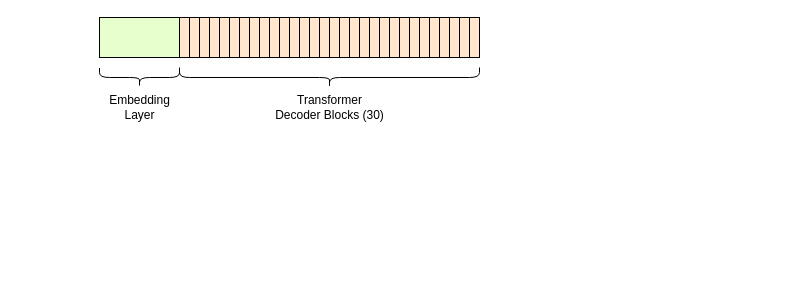
Above: page "body" (2 of 4) of books/toyllm/draw/ch02.drawio in zxh0/ann-book (draw.io), before the change. Source tidied: cells renumbered, new cells numbered last; positions are measured from the earlier drawing's top-left corner, leaving out a move shared by most shapes. Both pictures are drawn from the tidied source at 100%, with x=0, y=0 at pixel (99, -73).
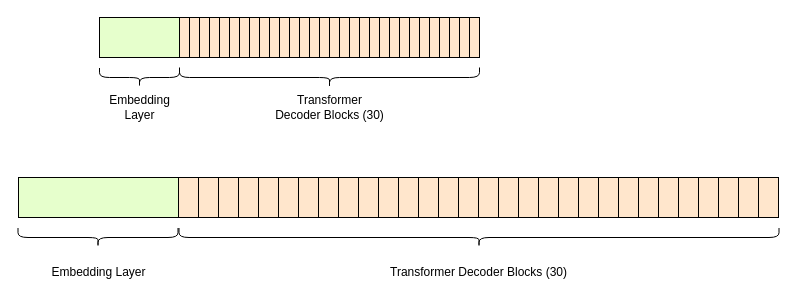
Above is the later version.

The edit, as a diff of the source:
```diff
@@
+    <mxCell id="37" style="rounded=0;whiteSpace=wrap;html=1;fillColor=#E6FFCC;" parent="1" vertex="1">
+      <mxGeometry x="-81" y="250" width="160" height="40" as="geometry" />
+    </mxCell>
+    <mxCell id="38" style="rounded=0;whiteSpace=wrap;html=1;fillColor=#FFE6CC;" parent="1" vertex="1">
+      <mxGeometry x="79" y="250" width="20" height="40" as="geometry" />
+    </mxCell>
+    <mxCell id="39" style="rounded=0;whiteSpace=wrap;html=1;fillColor=#FFE6CC;" parent="1" vertex="1">
+      <mxGeometry x="99" y="250" width="20" height="40" as="geometry" />
+    </mxCell>
+    <mxCell id="40" style="rounded=0;whiteSpace=wrap;html=1;fillColor=#FFE6CC;" parent="1" vertex="1">
+      <mxGeometry x="119" y="250" width="20" height="40" as="geometry" />
+    </mxCell>
+    <mxCell id="41" style="rounded=0;whiteSpace=wrap;html=1;fillColor=#FFE6CC;" parent="1" vertex="1">
+      <mxGeometry x="139" y="250" width="20" height="40" as="geometry" />
+    </mxCell>
+    <mxCell id="42" style="rounded=0;whiteSpace=wrap;html=1;fillColor=#FFE6CC;" parent="1" vertex="1">
+      <mxGeometry x="159" y="250" width="20" height="40" as="geometry" />
+    </mxCell>
+    <mxCell id="43" style="rounded=0;whiteSpace=wrap;html=1;fillColor=#FFE6CC;" parent="1" vertex="1">
+      <mxGeometry x="179" y="250" width="20" height="40" as="geometry" />
+    </mxCell>
+    <mxCell id="44" style="rounded=0;whiteSpace=wrap;html=1;fillColor=#FFE6CC;" parent="1" vertex="1">
+      <mxGeometry x="199" y="250" width="20" height="40" as="geometry" />
+    </mxCell>
+    <mxCell id="45" style="rounded=0;whiteSpace=wrap;html=1;fillColor=#FFE6CC;" parent="1" vertex="1">
+      <mxGeometry x="219" y="250" width="20" height="40" as="geometry" />
+    </mxCell>
+    <mxCell id="46" style="rounded=0;whiteSpace=wrap;html=1;fillColor=#FFE6CC;" parent="1" vertex="1">
+      <mxGeometry x="239" y="250" width="20" height="40" as="geometry" />
+    </mxCell>
+    <mxCell id="47" style="rounded=0;whiteSpace=wrap;html=1;fillColor=#FFE6CC;" parent="1" vertex="1">
+      <mxGeometry x="259" y="250" width="20" height="40" as="geometry" />
+    </mxCell>
+    <mxCell id="48" style="rounded=0;whiteSpace=wrap;html=1;fillColor=#FFE6CC;" parent="1" vertex="1">
+      <mxGeometry x="279" y="250" width="20" height="40" as="geometry" />
+    </mxCell>
+    <mxCell id="49" style="rounded=0;whiteSpace=wrap;html=1;fillColor=#FFE6CC;" parent="1" vertex="1">
+      <mxGeometry x="299" y="250" width="20" height="40" as="geometry" />
+    </mxCell>
+    <mxCell id="50" style="rounded=0;whiteSpace=wrap;html=1;fillColor=#FFE6CC;" parent="1" vertex="1">
+      <mxGeometry x="319" y="250" width="20" height="40" as="geometry" />
+    </mxCell>
+    <mxCell id="51" style="rounded=0;whiteSpace=wrap;html=1;fillColor=#FFE6CC;" parent="1" vertex="1">
+      <mxGeometry x="339" y="250" width="20" height="40" as="geometry" />
+    </mxCell>
+    <mxCell id="52" style="rounded=0;whiteSpace=wrap;html=1;fillColor=#FFE6CC;" parent="1" vertex="1">
+      <mxGeometry x="359" y="250" width="20" height="40" as="geometry" />
+    </mxCell>
+    <mxCell id="53" style="rounded=0;whiteSpace=wrap;html=1;fillColor=#FFE6CC;" parent="1" vertex="1">
+      <mxGeometry x="379" y="250" width="20" height="40" as="geometry" />
+    </mxCell>
+    <mxCell id="54" style="rounded=0;whiteSpace=wrap;html=1;fillColor=#FFE6CC;" parent="1" vertex="1">
+      <mxGeometry x="399" y="250" width="20" height="40" as="geometry" />
+    </mxCell>
+    <mxCell id="55" style="rounded=0;whiteSpace=wrap;html=1;fillColor=#FFE6CC;" parent="1" vertex="1">
+      <mxGeometry x="419" y="250" width="20" height="40" as="geometry" />
+    </mxCell>
+    <mxCell id="56" style="rounded=0;whiteSpace=wrap;html=1;fillColor=#FFE6CC;" parent="1" vertex="1">
+      <mxGeometry x="439" y="250" width="20" height="40" as="geometry" />
+    </mxCell>
+    <mxCell id="57" style="rounded=0;whiteSpace=wrap;html=1;fillColor=#FFE6CC;" parent="1" vertex="1">
+      <mxGeometry x="459" y="250" width="20" height="40" as="geometry" />
+    </mxCell>
+    <mxCell id="58" style="rounded=0;whiteSpace=wrap;html=1;fillColor=#FFE6CC;" parent="1" vertex="1">
+      <mxGeometry x="479" y="250" width="20" height="40" as="geometry" />
+    </mxCell>
+    <mxCell id="59" style="rounded=0;whiteSpace=wrap;html=1;fillColor=#FFE6CC;" parent="1" vertex="1">
+      <mxGeometry x="499" y="250" width="20" height="40" as="geometry" />
+    </mxCell>
+    <mxCell id="60" style="rounded=0;whiteSpace=wrap;html=1;fillColor=#FFE6CC;" parent="1" vertex="1">
+      <mxGeometry x="519" y="250" width="20" height="40" as="geometry" />
+    </mxCell>
+    <mxCell id="61" style="rounded=0;whiteSpace=wrap;html=1;fillColor=#FFE6CC;" parent="1" vertex="1">
+      <mxGeometry x="539" y="250" width="20" height="40" as="geometry" />
+    </mxCell>
+    <mxCell id="62" style="rounded=0;whiteSpace=wrap;html=1;fillColor=#FFE6CC;" parent="1" vertex="1">
+      <mxGeometry x="559" y="250" width="20" height="40" as="geometry" />
+    </mxCell>
+    <mxCell id="63" style="rounded=0;whiteSpace=wrap;html=1;fillColor=#FFE6CC;" parent="1" vertex="1">
+      <mxGeometry x="579" y="250" width="20" height="40" as="geometry" />
+    </mxCell>
+    <mxCell id="64" style="rounded=0;whiteSpace=wrap;html=1;fillColor=#FFE6CC;" parent="1" vertex="1">
+      <mxGeometry x="599" y="250" width="20" height="40" as="geometry" />
+    </mxCell>
+    <mxCell id="65" style="rounded=0;whiteSpace=wrap;html=1;fillColor=#FFE6CC;" parent="1" vertex="1">
+      <mxGeometry x="619" y="250" width="20" height="40" as="geometry" />
+    </mxCell>
+    <mxCell id="66" style="rounded=0;whiteSpace=wrap;html=1;fillColor=#FFE6CC;" parent="1" vertex="1">
+      <mxGeometry x="639" y="250" width="20" height="40" as="geometry" />
+    </mxCell>
+    <mxCell id="67" style="rounded=0;whiteSpace=wrap;html=1;fillColor=#FFE6CC;" parent="1" vertex="1">
+      <mxGeometry x="659" y="250" width="20" height="40" as="geometry" />
+    </mxCell>
+    <mxCell id="68" style="shape=curlyBracket;whiteSpace=wrap;html=1;rounded=1;flipH=1;labelPosition=right;verticalLabelPosition=middle;align=left;verticalAlign=middle;rotation=90;" parent="1" vertex="1">
+      <mxGeometry x="-11" y="230" width="19" height="160" as="geometry" />
+    </mxCell>
+    <mxCell id="69" style="shape=curlyBracket;whiteSpace=wrap;html=1;rounded=1;flipH=1;labelPosition=right;verticalLabelPosition=middle;align=left;verticalAlign=middle;rotation=90;" parent="1" vertex="1">
+      <mxGeometry x="370" y="10" width="19" height="600" as="geometry" />
+    </mxCell>
+    <mxCell id="70" value="Embedding Layer" style="text;html=1;align=center;verticalAlign=middle;strokeColor=none;fillColor=none;" parent="1" vertex="1">
+      <mxGeometry x="-61" y="330" width="120" height="30" as="geometry" />
+    </mxCell>
+    <mxCell id="71" value="Transformer Decoder Blocks (30)" style="text;html=1;align=center;verticalAlign=middle;strokeColor=none;fillColor=none;" parent="1" vertex="1">
+      <mxGeometry x="279" y="330" width="200" height="30" as="geometry" />
+    </mxCell>
```
